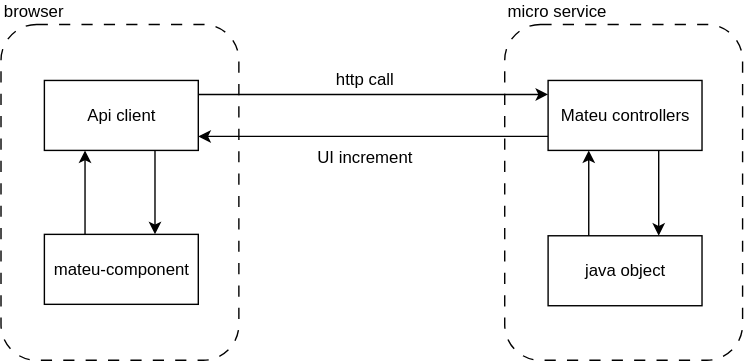
miguelperezcolom/mateu keeps this draw.io diagram as doc/static/images/arch-overall-4.svg. Above is the earlier version. Source tidied: cells renumbered, new cells last; positions are measured from the earlier drawing's top-left corner, leaving out a move shared by most shapes.
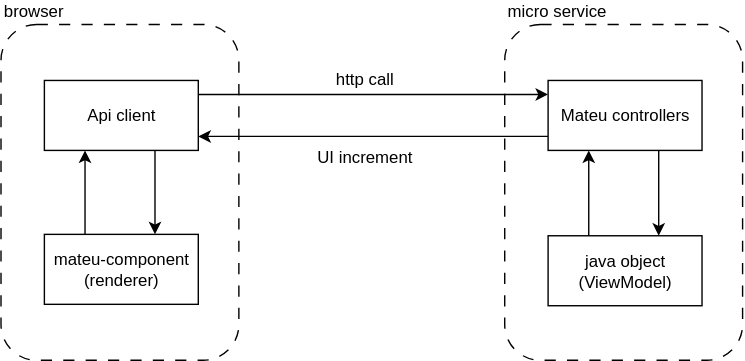
The same file after the commit.

Diff of the diagram source:
```diff
@@ -24,7 +24,7 @@
         </Array>
       </mxGeometry>
     </mxCell>
-    <mxCell id="6" value="mateu-component" style="html=1;whiteSpace=wrap;" parent="1" vertex="1">
+    <mxCell id="6" value="mateu-component&lt;div&gt;(renderer)&lt;/div&gt;" style="html=1;whiteSpace=wrap;" parent="1" vertex="1">
       <mxGeometry x="31" y="150" width="110" height="50" as="geometry" />
     </mxCell>
     <mxCell id="7" style="edgeStyle=orthogonalEdgeStyle;rounded=0;jettySize=auto;html=1;endArrow=none;startFill=1;startArrow=classic;" parent="1" edge="1" source="8" target="13">
@@ -35,7 +35,7 @@
         </Array>
       </mxGeometry>
     </mxCell>
-    <mxCell id="8" value="java object" style="html=1;whiteSpace=wrap;" parent="1" vertex="1">
+    <mxCell id="8" value="java object&lt;div&gt;(ViewModel)&lt;/div&gt;" style="html=1;whiteSpace=wrap;" parent="1" vertex="1">
       <mxGeometry x="391" y="151" width="110" height="50" as="geometry" />
     </mxCell>
     <mxCell id="9" style="edgeStyle=orthogonalEdgeStyle;rounded=0;jettySize=auto;html=1;" parent="1" edge="1" source="10" target="13">
```
